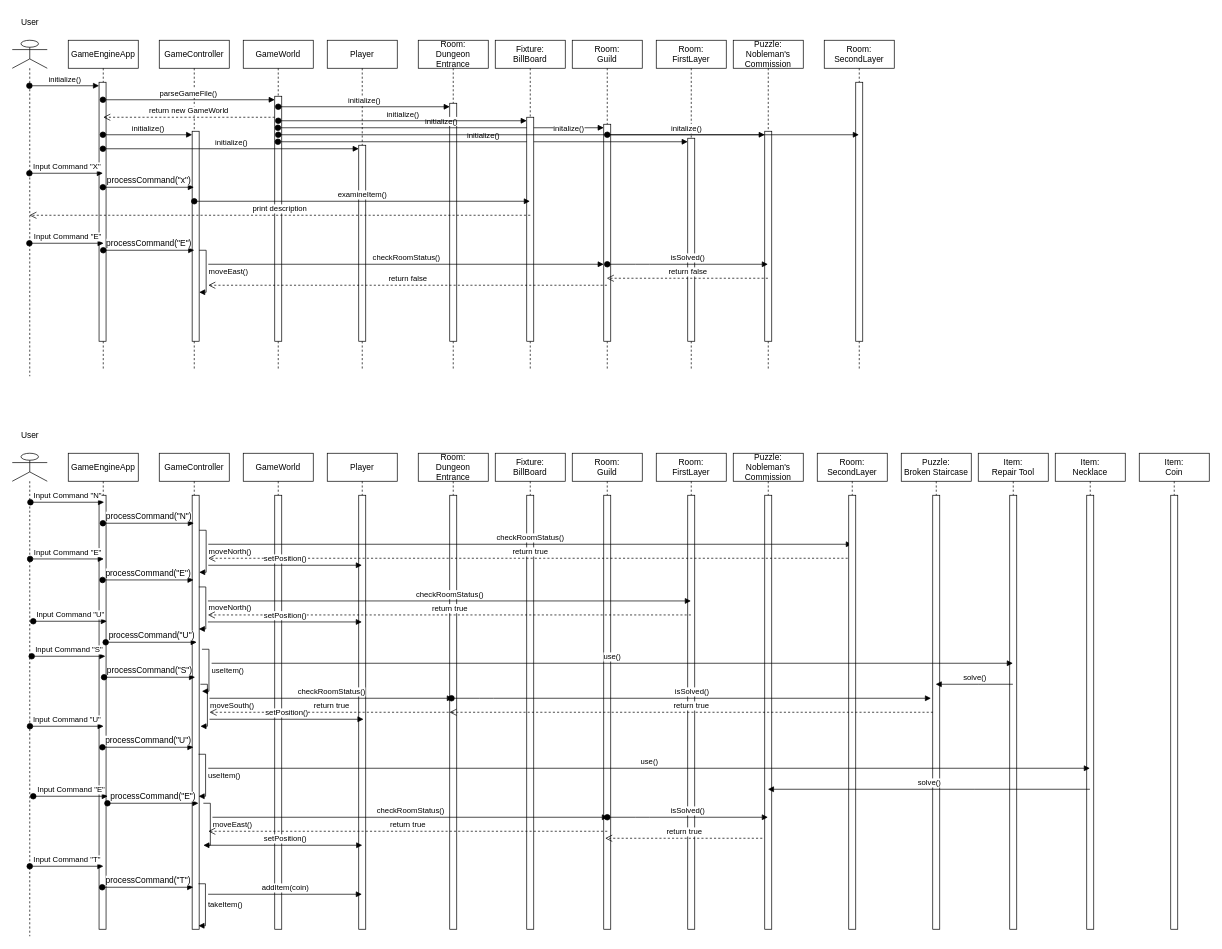
The draw.io diagram docs/sequence diagram/sequence_diagram.drawio in thomaszhang2661/RoomRunner, before the edit. Source tidied: cells renumbered, new cells numbered last; positions are measured from the earlier drawing's top-left corner, leaving out a move shared by most shapes. Both pictures are drawn from the tidied source at 70%, with x=0, y=0 at pixel (12, 12).
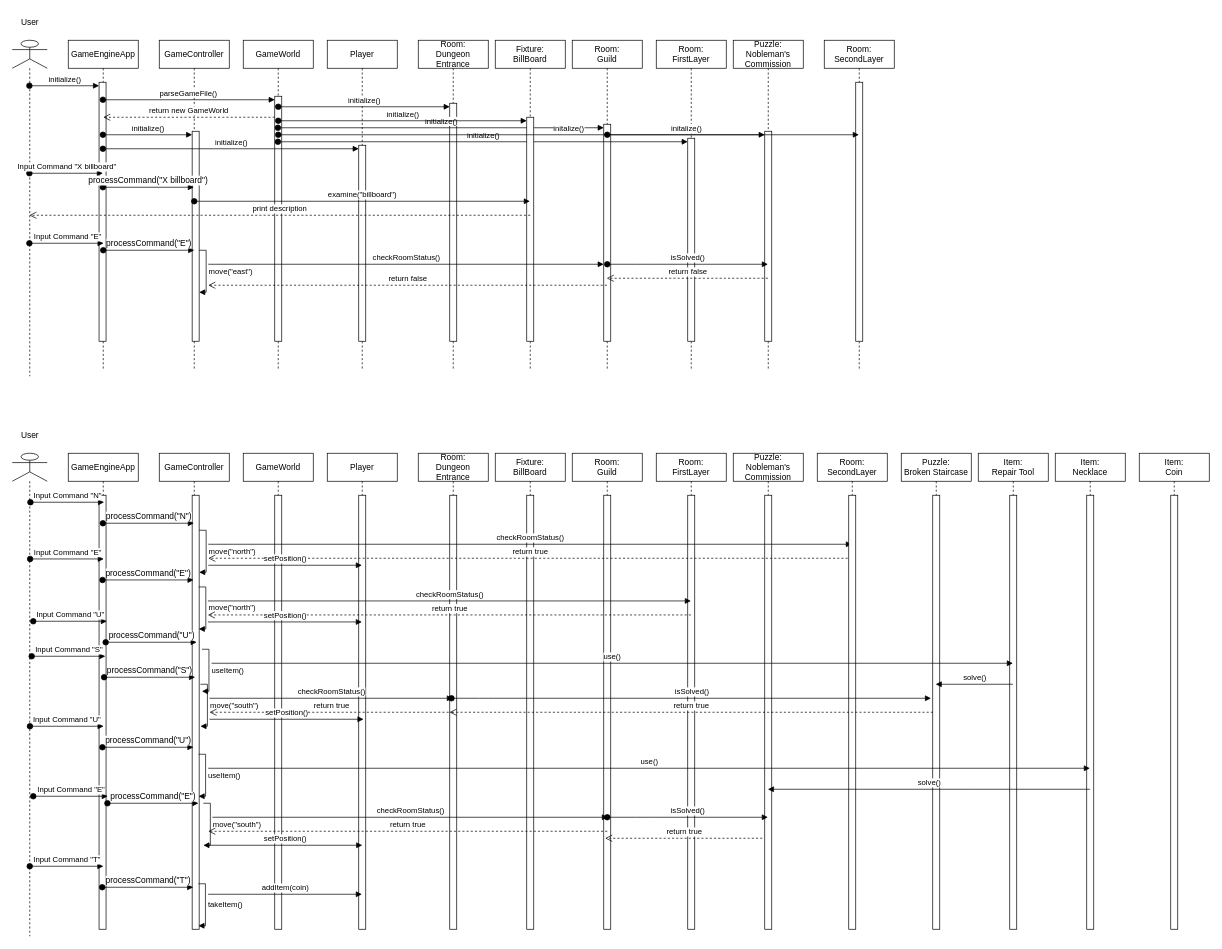
Above is the later version.

Commit message (it also covers changes not shown here):
edit sequence diagram

Unchanged cells that the change refers to:
```xml
<mxCell id="2" style="shape=umlLifeline;perimeter=lifelinePerimeter;whiteSpace=wrap;html=1;outlineConnect=0;portConstraint=eastwest;newEdgeStyle={&quot;curved&quot;:0,&quot;rounded&quot;:0};participant=umlActor;" parent="1" vertex="1">
  <mxGeometry y="40" width="50" height="480" as="geometry" />
</mxCell>
<mxCell id="26" value="Fixture:&lt;br&gt;BillBoard" style="shape=umlLifeline;perimeter=lifelinePerimeter;whiteSpace=wrap;html=1;outlineConnect=0;portConstraint=eastwest;newEdgeStyle={&quot;curved&quot;:0,&quot;rounded&quot;:0};" parent="1" vertex="1">
  <mxGeometry x="690" y="40" width="100" height="470" as="geometry" />
</mxCell>
```

The edit, as a diff of the source:
```diff
@@
-    <mxCell id="29" value="Input Command &quot;X&quot;" style="html=1;verticalAlign=bottom;startArrow=oval;startFill=1;endArrow=block;startSize=8;curved=0;rounded=0;" parent="1" edge="1" source="2">
+    <mxCell id="29" value="Input Command &quot;X billboard&quot;" style="html=1;verticalAlign=bottom;startArrow=oval;startFill=1;endArrow=block;startSize=8;curved=0;rounded=0;" parent="1" edge="1" source="2">
       <mxGeometry x="0.01" relative="1" as="geometry">
         <mxPoint x="129.5" y="230" as="targetPoint" />
       </mxGeometry>
     </mxCell>
-    <mxCell id="30" value="&lt;font style=&quot;font-size: 12px;&quot;&gt;processCommand(&quot;x&quot;)&lt;/font&gt;" style="html=1;verticalAlign=bottom;startArrow=oval;startFill=1;endArrow=block;startSize=8;curved=0;rounded=0;" parent="1" edge="1">
-      <mxGeometry relative="1" as="geometry">
+    <mxCell id="30" value="&lt;font style=&quot;font-size: 12px;&quot;&gt;processCommand(&quot;X billboard&quot;)&lt;/font&gt;" style="html=1;verticalAlign=bottom;startArrow=oval;startFill=1;endArrow=block;startSize=8;curved=0;rounded=0;" parent="1" edge="1">
+      <mxGeometry x="-0.01" relative="1" as="geometry">
         <mxPoint x="129.5" y="250" as="sourcePoint" />
         <mxPoint x="259.5" y="250" as="targetPoint" />
       </mxGeometry>
     </mxCell>
-    <mxCell id="31" value="examineItem()" style="html=1;verticalAlign=bottom;startArrow=oval;startFill=1;endArrow=block;startSize=8;curved=0;rounded=0;" parent="1" edge="1" target="26">
+    <mxCell id="31" value="examine(&quot;billboard&quot;)" style="html=1;verticalAlign=bottom;startArrow=oval;startFill=1;endArrow=block;startSize=8;curved=0;rounded=0;" parent="1" edge="1" target="26">
       <mxGeometry relative="1" as="geometry">
         <mxPoint x="260" y="270" as="sourcePoint" />
       </mxGeometry>
     </mxCell>
@@
-    <mxCell id="40" value="moveEast()" style="html=1;align=left;spacingLeft=2;endArrow=block;rounded=0;edgeStyle=orthogonalEdgeStyle;curved=0;rounded=0;" parent="1" edge="1">
+    <mxCell id="40" value="move(&quot;east&quot;)" style="html=1;align=left;spacingLeft=2;endArrow=block;rounded=0;edgeStyle=orthogonalEdgeStyle;curved=0;rounded=0;" parent="1" edge="1">
       <mxGeometry relative="1" as="geometry">
         <mxPoint x="267" y="340" as="sourcePoint" />
         <mxPoint x="267" y="400" as="targetPoint" />
         <Array as="points">
           <mxPoint x="277" y="340" />
           <mxPoint x="277" y="400" />
         </Array>
       </mxGeometry>
     </mxCell>
@@
-    <mxCell id="65" value="moveNorth()" style="html=1;align=left;spacingLeft=2;endArrow=block;rounded=0;edgeStyle=orthogonalEdgeStyle;curved=0;rounded=0;" parent="1" edge="1">
+    <mxCell id="65" value="move(&quot;north&quot;)" style="html=1;align=left;spacingLeft=2;endArrow=block;rounded=0;edgeStyle=orthogonalEdgeStyle;curved=0;rounded=0;" parent="1" edge="1">
       <mxGeometry relative="1" as="geometry">
         <mxPoint x="267" y="740" as="sourcePoint" />
         <mxPoint x="267" y="800" as="targetPoint" />
         <Array as="points">
           <mxPoint x="277" y="740" />
           <mxPoint x="277" y="800" />
         </Array>
       </mxGeometry>
     </mxCell>
@@
-    <mxCell id="73" value="moveNorth()" style="html=1;align=left;spacingLeft=2;endArrow=block;rounded=0;edgeStyle=orthogonalEdgeStyle;curved=0;rounded=0;" parent="1" edge="1">
+    <mxCell id="73" value="move(&quot;north&quot;)" style="html=1;align=left;spacingLeft=2;endArrow=block;rounded=0;edgeStyle=orthogonalEdgeStyle;curved=0;rounded=0;" parent="1" edge="1">
       <mxGeometry relative="1" as="geometry">
         <mxPoint x="266.5" y="821" as="sourcePoint" />
         <mxPoint x="266.5" y="881" as="targetPoint" />
         <Array as="points">
           <mxPoint x="276.5" y="821" />
           <mxPoint x="276.5" y="881" />
         </Array>
       </mxGeometry>
     </mxCell>
@@
-    <mxCell id="88" value="moveSouth()" style="html=1;align=left;spacingLeft=2;endArrow=block;rounded=0;edgeStyle=orthogonalEdgeStyle;curved=0;rounded=0;" parent="1" edge="1">
+    <mxCell id="88" value="move(&quot;south&quot;)" style="html=1;align=left;spacingLeft=2;endArrow=block;rounded=0;edgeStyle=orthogonalEdgeStyle;curved=0;rounded=0;" parent="1" edge="1">
       <mxGeometry relative="1" as="geometry">
         <mxPoint x="268.8" y="960" as="sourcePoint" />
         <mxPoint x="268.8" y="1020" as="targetPoint" />
         <Array as="points">
           <mxPoint x="278.8" y="960" />
           <mxPoint x="278.8" y="1020" />
         </Array>
       </mxGeometry>
     </mxCell>
@@
-    <mxCell id="101" value="moveEast()" style="html=1;align=left;spacingLeft=2;endArrow=block;rounded=0;edgeStyle=orthogonalEdgeStyle;curved=0;rounded=0;" parent="1" edge="1">
+    <mxCell id="101" value="move(&quot;south&quot;)" style="html=1;align=left;spacingLeft=2;endArrow=block;rounded=0;edgeStyle=orthogonalEdgeStyle;curved=0;rounded=0;" parent="1" edge="1">
       <mxGeometry relative="1" as="geometry">
         <mxPoint x="273" y="1130" as="sourcePoint" />
         <mxPoint x="273" y="1190" as="targetPoint" />
         <Array as="points">
           <mxPoint x="283" y="1130" />
           <mxPoint x="283" y="1190" />
         </Array>
       </mxGeometry>
     </mxCell>
```
